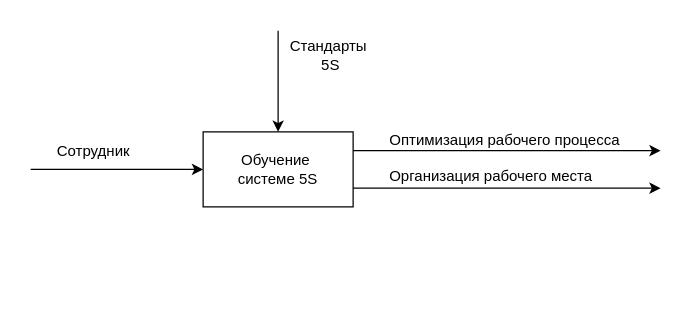
Earlier version of the draw.io diagram page "A0" (3 of 13) of курсач.drawio (Vlad-Efremovv/kursach). Source tidied: cells renumbered, new cells numbered last; positions are measured from the earlier drawing's top-left corner, leaving out a move shared by most shapes. Both pictures are drawn from the tidied source at 125%, with x=0, y=0 at pixel (30, 29).
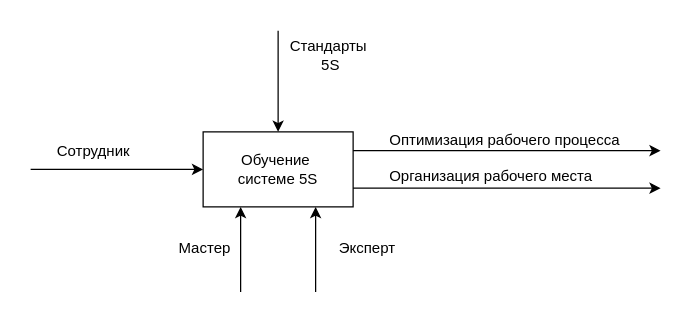
After the change.

Change to the diagram source:
```diff
@@
 <mxGraphModel>
   <root>
     <mxCell id="0" />
     <mxCell id="1" parent="0" />
     <mxCell id="2" value="Обучение&amp;nbsp;&lt;div&gt;системе 5S&lt;/div&gt;" style="rounded=0;whiteSpace=wrap;html=1;" parent="1" vertex="1">
       <mxGeometry x="138" y="82" width="120" height="60" as="geometry" />
     </mxCell>
     <mxCell id="3" style="endArrow=classic;html=1;rounded=0;entryX=0;entryY=0.5;entryDx=0;entryDy=0;" parent="1" edge="1" target="2">
       <mxGeometry relative="1" as="geometry">
         <mxPoint y="112" as="sourcePoint" />
       </mxGeometry>
     </mxCell>
     <mxCell id="4" value="Сотрудник" style="text;html=1;align=center;verticalAlign=middle;strokeColor=none;fillColor=none;" parent="1" vertex="1">
       <mxGeometry x="10" y="83" width="80" height="30" as="geometry" />
     </mxCell>
     <mxCell id="5" value="Стандарты&lt;div&gt;&amp;nbsp;5S&lt;/div&gt;" style="text;html=1;align=center;verticalAlign=middle;strokeColor=none;fillColor=none;" parent="1" vertex="1">
       <mxGeometry x="198" width="80" height="41" as="geometry" />
     </mxCell>
     <mxCell id="6" style="endArrow=classic;html=1;rounded=0;entryX=0.5;entryY=0;entryDx=0;entryDy=0;" parent="1" edge="1" target="2">
       <mxGeometry relative="1" as="geometry">
         <mxPoint x="198" y="1" as="sourcePoint" />
       </mxGeometry>
     </mxCell>
     <mxCell id="7" style="endArrow=classic;html=1;rounded=0;exitX=1;exitY=0.25;exitDx=0;exitDy=0;" parent="1" edge="1" source="2">
       <mxGeometry relative="1" as="geometry">
         <mxPoint x="504" y="97" as="targetPoint" />
       </mxGeometry>
     </mxCell>
     <mxCell id="8" value="Оптимизация рабочего процесса" style="text;html=1;align=center;verticalAlign=middle;strokeColor=none;fillColor=none;" parent="1" vertex="1">
       <mxGeometry x="278" y="76" width="202" height="26" as="geometry" />
     </mxCell>
     <mxCell id="9" style="endArrow=classic;html=1;rounded=0;exitX=1;exitY=0.75;exitDx=0;exitDy=0;" parent="1" edge="1" source="2">
       <mxGeometry relative="1" as="geometry">
         <mxPoint x="504" y="127" as="targetPoint" />
       </mxGeometry>
     </mxCell>
     <mxCell id="10" value="Организация рабочего места" style="text;html=1;align=center;verticalAlign=middle;strokeColor=none;fillColor=none;" parent="1" vertex="1">
       <mxGeometry x="278" y="105" width="180" height="26" as="geometry" />
     </mxCell>
+    <mxCell id="11" style="endArrow=classic;html=1;rounded=0;entryX=0.75;entryY=1;entryDx=0;entryDy=0;" parent="1" edge="1" target="2">
+      <mxGeometry relative="1" as="geometry">
+        <mxPoint x="228" y="210" as="sourcePoint" />
+      </mxGeometry>
+    </mxCell>
+    <mxCell id="12" value="Эксперт" style="text;html=1;align=center;verticalAlign=middle;strokeColor=none;fillColor=none;" parent="1" vertex="1">
+      <mxGeometry x="234" y="160" width="70" height="30" as="geometry" />
+    </mxCell>
+    <mxCell id="13" style="endArrow=classic;html=1;rounded=0;entryX=0.25;entryY=1;entryDx=0;entryDy=0;" parent="1" edge="1" target="2">
+      <mxGeometry relative="1" as="geometry">
+        <mxPoint x="168" y="210" as="sourcePoint" />
+      </mxGeometry>
+    </mxCell>
+    <mxCell id="14" value="Мастер" style="text;html=1;align=center;verticalAlign=middle;strokeColor=none;fillColor=none;" parent="1" vertex="1">
+      <mxGeometry x="104" y="160" width="70" height="30" as="geometry" />
+    </mxCell>
   </root>
 </mxGraphModel>
```
